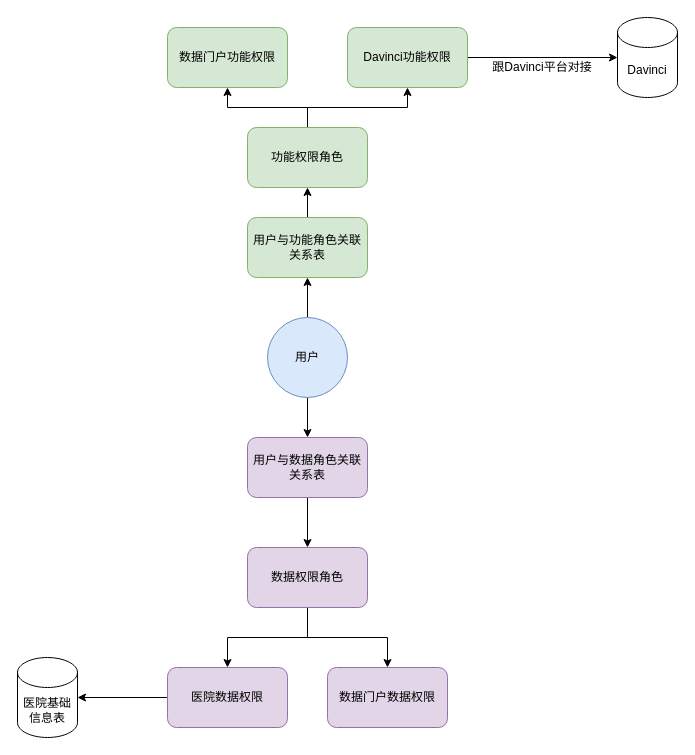
The draw.io diagram page "权限控制" (2 of 2) of pet_data_warehouse/权限设计.drawio in fangzheng0518/draw, before the edit. Source tidied: cells renumbered, new cells numbered last; positions are measured from the earlier drawing's top-left corner, leaving out a move shared by most shapes. Both pictures are drawn from the tidied source at 100%, with x=0, y=0 at pixel (17, 17).
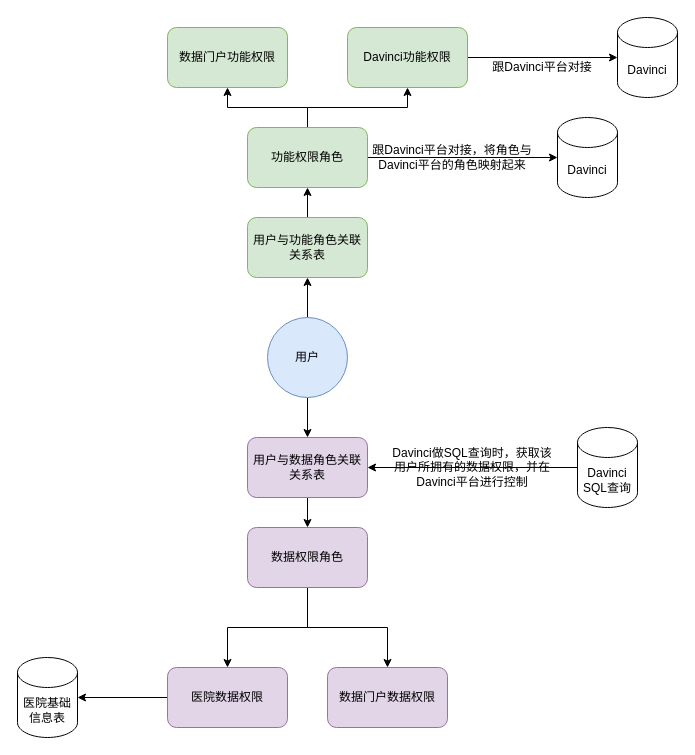
The same diagram, later.

Commit message (it also covers changes not shown here):
更新权限设计.drawio

The change refers to these unchanged cells:
```xml
<mxCell id="7" value="功能权限角色" style="rounded=1;whiteSpace=wrap;html=1;fillColor=#d5e8d4;strokeColor=#82b366;" parent="1" vertex="1">
  <mxGeometry x="230" y="110" width="120" height="60" as="geometry" />
</mxCell>
<mxCell id="17" value="用户与数据角色关联关系表" style="rounded=1;whiteSpace=wrap;html=1;fillColor=#e1d5e7;strokeColor=#9673a6;" parent="1" vertex="1">
  <mxGeometry x="230" y="420" width="120" height="60" as="geometry" />
</mxCell>
```

What changed in the source:
```diff
@@
+    <mxCell id="24" style="edgeStyle=orthogonalEdgeStyle;rounded=0;jettySize=auto;html=1;entryX=0;entryY=0.5;entryDx=0;entryDy=0;entryPerimeter=0;" parent="1" edge="1" source="7" target="26">
+      <mxGeometry relative="1" as="geometry" />
+    </mxCell>
@@
     <mxCell id="11" value="数据权限角色" style="rounded=1;whiteSpace=wrap;html=1;fillColor=#e1d5e7;strokeColor=#9673a6;" parent="1" vertex="1">
-      <mxGeometry x="230" y="530" width="120" height="60" as="geometry" />
+      <mxGeometry x="230" y="510" width="120" height="60" as="geometry" />
     </mxCell>
@@
+    <mxCell id="25" value="跟Davinci平台对接，将角色与Davinci平台的角色映射起来" style="text;html=1;strokeColor=none;fillColor=none;align=center;verticalAlign=middle;whiteSpace=wrap;rounded=0;" parent="1" vertex="1">
+      <mxGeometry x="350" y="130" width="170" height="20" as="geometry" />
+    </mxCell>
+    <mxCell id="26" value="&lt;span&gt;Davinci&lt;/span&gt;" style="shape=cylinder3;whiteSpace=wrap;html=1;boundedLbl=1;backgroundOutline=1;size=15;" parent="1" vertex="1">
+      <mxGeometry x="540" y="100" width="60" height="80" as="geometry" />
+    </mxCell>
+    <mxCell id="27" style="edgeStyle=orthogonalEdgeStyle;rounded=0;jettySize=auto;html=1;exitX=0;exitY=0.5;exitDx=0;exitDy=0;exitPerimeter=0;entryX=1;entryY=0.5;entryDx=0;entryDy=0;" parent="1" edge="1" source="28" target="17">
+      <mxGeometry relative="1" as="geometry" />
+    </mxCell>
+    <mxCell id="28" value="&lt;span&gt;Davinci&lt;br&gt;SQL查询&lt;br&gt;&lt;/span&gt;" style="shape=cylinder3;whiteSpace=wrap;html=1;boundedLbl=1;backgroundOutline=1;size=15;" parent="1" vertex="1">
+      <mxGeometry x="560" y="410" width="60" height="80" as="geometry" />
+    </mxCell>
+    <mxCell id="29" value="Davinci做SQL查询时，获取该用户所拥有的数据权限，并在Davinci平台进行控制" style="text;html=1;strokeColor=none;fillColor=none;align=center;verticalAlign=middle;whiteSpace=wrap;rounded=0;" parent="1" vertex="1">
+      <mxGeometry x="370" y="440" width="170" height="20" as="geometry" />
+    </mxCell>
```
